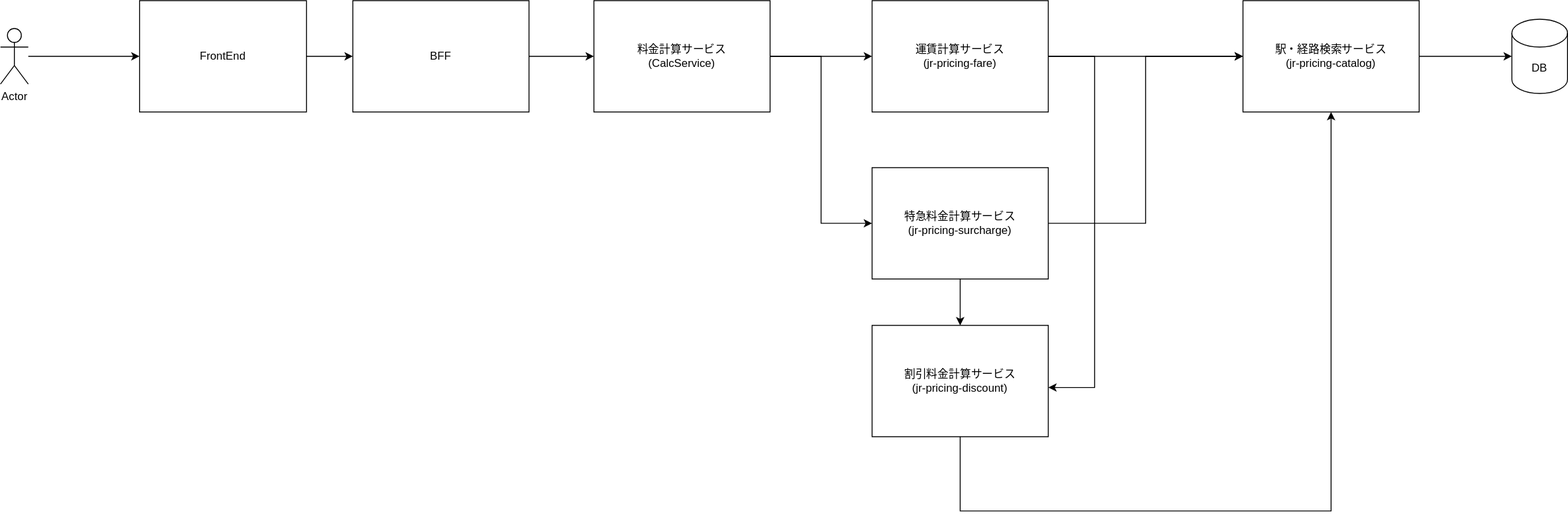
Before: docs/arch/architecture.svg, a diagram exported from draw.io (MikiWaraMiki/kotlin-jr-pricing). Source tidied: cells renumbered, new cells last; positions are measured from the earlier drawing's top-left corner, leaving out a move shared by most shapes.
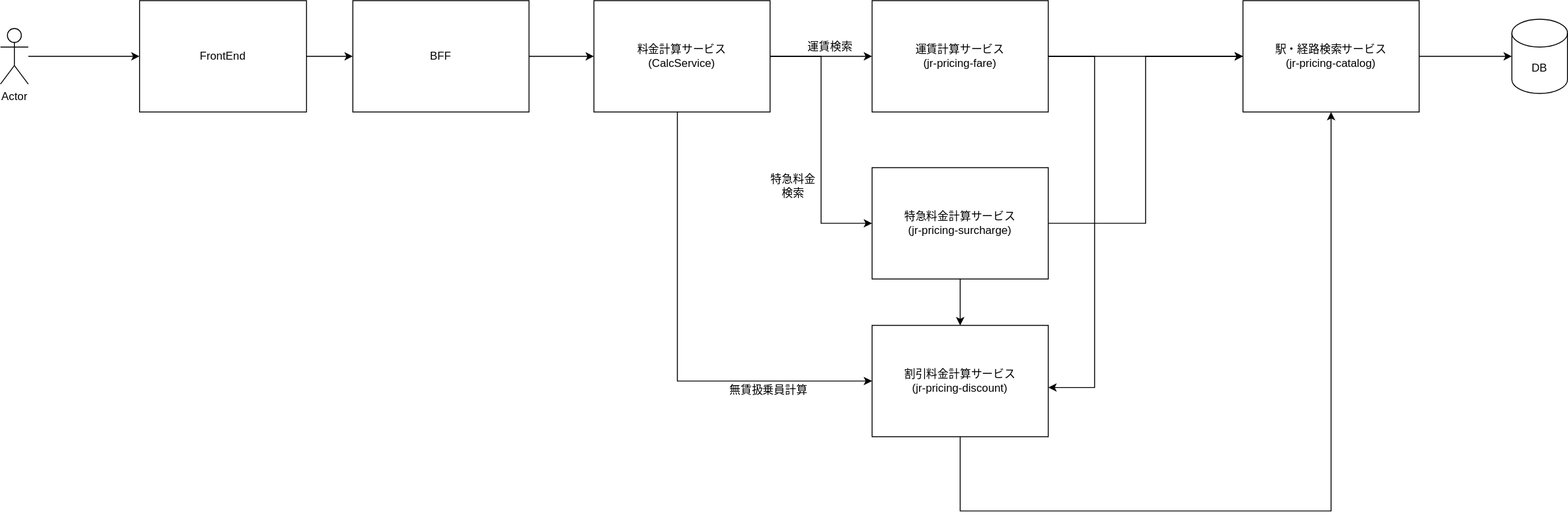
Later version of the same file.

Diff of the diagram source:
```diff
@@ -26,6 +26,13 @@
     <mxCell id="9" style="edgeStyle=orthogonalEdgeStyle;rounded=0;jettySize=auto;html=1;entryX=0;entryY=0.5;entryDx=0;entryDy=0;" parent="1" edge="1" source="10" target="16">
       <mxGeometry relative="1" as="geometry" />
     </mxCell>
+    <mxCell id="22" style="edgeStyle=orthogonalEdgeStyle;rounded=0;jettySize=auto;html=1;entryX=0;entryY=0.5;entryDx=0;entryDy=0;" parent="1" edge="1" source="10" target="18">
+      <mxGeometry relative="1" as="geometry">
+        <Array as="points">
+          <mxPoint x="730" y="410" />
+        </Array>
+      </mxGeometry>
+    </mxCell>
     <mxCell id="10" value="料金計算サービス&lt;br&gt;(CalcService)" style="rounded=0;whiteSpace=wrap;html=1;" parent="1" vertex="1">
       <mxGeometry x="640" width="190" height="120" as="geometry" />
     </mxCell>
@@ -72,5 +79,14 @@
     <mxCell id="21" value="DB" style="shape=cylinder3;whiteSpace=wrap;html=1;boundedLbl=1;backgroundOutline=1;size=15;" parent="1" vertex="1">
       <mxGeometry x="1630" y="20" width="60" height="80" as="geometry" />
     </mxCell>
+    <mxCell id="23" value="運賃検索" style="text;html=1;strokeColor=none;fillColor=none;align=center;verticalAlign=middle;whiteSpace=wrap;rounded=0;" parent="1" vertex="1">
+      <mxGeometry x="870" y="40" width="50" height="20" as="geometry" />
+    </mxCell>
+    <mxCell id="24" value="特急料金検索" style="text;html=1;strokeColor=none;fillColor=none;align=center;verticalAlign=middle;whiteSpace=wrap;rounded=0;" parent="1" vertex="1">
+      <mxGeometry x="830" y="190" width="50" height="20" as="geometry" />
+    </mxCell>
+    <mxCell id="25" value="無賃扱乗員計算" style="text;html=1;strokeColor=none;fillColor=none;align=center;verticalAlign=middle;whiteSpace=wrap;rounded=0;" parent="1" vertex="1">
+      <mxGeometry x="767" y="410" width="123" height="20" as="geometry" />
+    </mxCell>
   </root>
 </mxGraphModel>
```
